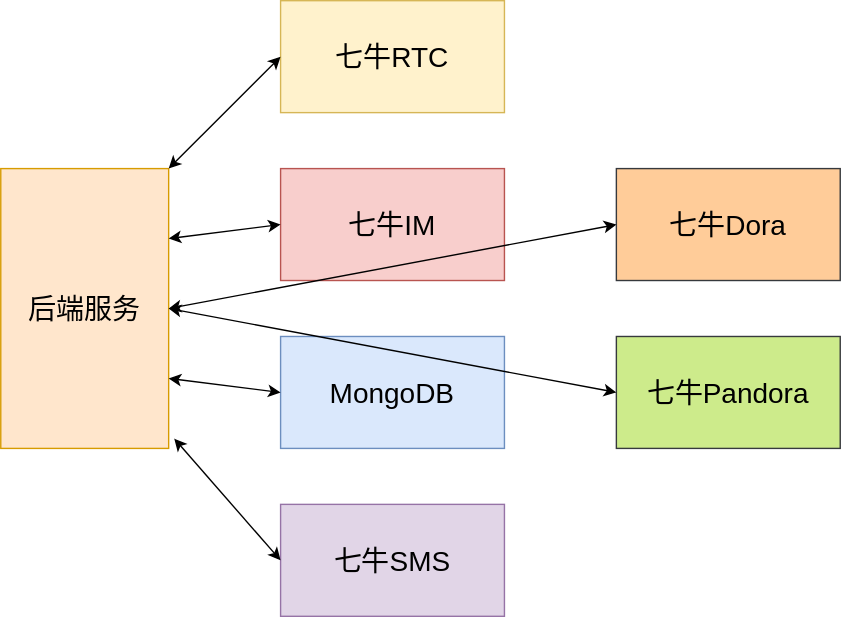
Before: project_struct.svg, a diagram exported from draw.io (pili-engineering/QNCube_Server). Source tidied: cells renumbered, new cells last; positions are measured from the earlier drawing's top-left corner, leaving out a move shared by most shapes.
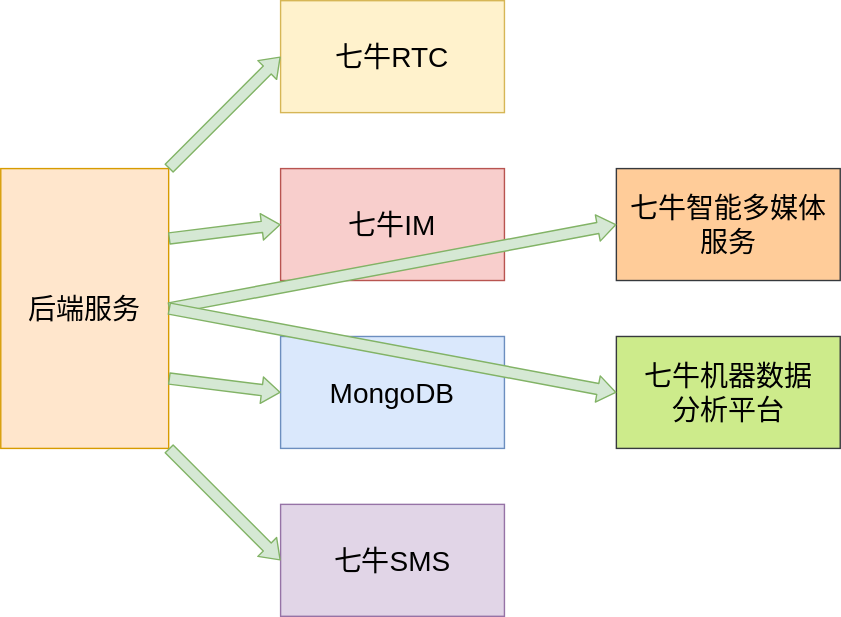
The same diagram one commit later.

The edit, as a diff of the source:
```diff
@@ -17,31 +17,29 @@
     <mxCell id="6" value="&lt;span style=&quot;font-size: 20px&quot;&gt;七牛SMS&lt;/span&gt;" style="rounded=0;whiteSpace=wrap;html=1;fillColor=#e1d5e7;strokeColor=#9673a6;" parent="1" vertex="1">
       <mxGeometry x="200" y="360" width="160" height="80" as="geometry" />
     </mxCell>
-    <mxCell id="7" value="&lt;span style=&quot;font-size: 20px&quot;&gt;七牛Pandora&lt;/span&gt;" style="rounded=0;whiteSpace=wrap;html=1;fillColor=#cdeb8b;strokeColor=#36393d;" parent="1" vertex="1">
+    <mxCell id="7" value="&lt;span style=&quot;font-size: 20px&quot;&gt;七牛机器数据&lt;br&gt;分析平台&lt;/span&gt;" style="rounded=0;whiteSpace=wrap;html=1;fillColor=#cdeb8b;strokeColor=#36393d;" parent="1" vertex="1">
       <mxGeometry x="440" y="240" width="160" height="80" as="geometry" />
     </mxCell>
-    <mxCell id="8" value="&lt;span style=&quot;font-size: 20px&quot;&gt;七牛Dora&lt;/span&gt;" style="rounded=0;whiteSpace=wrap;html=1;fillColor=#ffcc99;strokeColor=#36393d;" parent="1" vertex="1">
+    <mxCell id="8" value="&lt;span style=&quot;font-size: 20px&quot;&gt;七牛智能多媒体服务&lt;/span&gt;" style="rounded=0;whiteSpace=wrap;html=1;fillColor=#ffcc99;strokeColor=#36393d;" parent="1" vertex="1">
       <mxGeometry x="440" y="120" width="160" height="80" as="geometry" />
     </mxCell>
-    <mxCell id="9" style="endArrow=classic;startArrow=classic;html=1;exitX=1;exitY=0;exitDx=0;exitDy=0;entryX=0;entryY=0.5;entryDx=0;entryDy=0;" parent="1" edge="1" source="2" target="3">
-      <mxGeometry relative="1" as="geometry" />
-    </mxCell>
-    <mxCell id="10" style="endArrow=classic;startArrow=classic;html=1;entryX=0;entryY=0.5;entryDx=0;entryDy=0;exitX=1;exitY=0.25;exitDx=0;exitDy=0;" parent="1" edge="1" source="2" target="4">
-      <mxGeometry relative="1" as="geometry" />
-    </mxCell>
-    <mxCell id="11" style="endArrow=classic;startArrow=classic;html=1;entryX=0;entryY=0.5;entryDx=0;entryDy=0;exitX=1;exitY=0.5;exitDx=0;exitDy=0;" parent="1" edge="1" source="2" target="8">
+    <mxCell id="11" style="shape=flexArrow;endArrow=classic;startArrow=none;html=1;exitX=1;exitY=0.5;exitDx=0;exitDy=0;entryX=0;entryY=0.5;entryDx=0;entryDy=0;sketch=0;strokeColor=#82b366;endSize=4;startSize=4;fillColor=#d5e8d4;startFill=0;arcSize=10;width=8;startWidth=10;endWidth=10;" parent="1" edge="1" source="2" target="8">
       <mxGeometry relative="1" as="geometry" />
     </mxCell>
-    <mxCell id="12" style="endArrow=classic;startArrow=classic;html=1;exitX=1;exitY=0.5;exitDx=0;exitDy=0;entryX=0;entryY=0.5;entryDx=0;entryDy=0;" parent="1" edge="1" source="2" target="7">
+    <mxCell id="12" style="shape=flexArrow;endArrow=classic;startArrow=none;html=1;exitX=1;exitY=0.5;exitDx=0;exitDy=0;entryX=0;entryY=0.5;entryDx=0;entryDy=0;sketch=0;strokeColor=#82b366;endSize=4;startSize=4;fillColor=#d5e8d4;startFill=0;arcSize=10;width=8;startWidth=10;endWidth=10;" parent="1" edge="1" source="2" target="7">
       <mxGeometry relative="1" as="geometry" />
     </mxCell>
-    <mxCell id="13" style="endArrow=classic;startArrow=classic;html=1;entryX=0;entryY=0.5;entryDx=0;entryDy=0;exitX=1;exitY=0.75;exitDx=0;exitDy=0;" parent="1" edge="1" source="2" target="5">
+    <mxCell id="13" style="shape=flexArrow;endArrow=classic;startArrow=none;html=1;exitX=1;exitY=0.75;exitDx=0;exitDy=0;entryX=0;entryY=0.5;entryDx=0;entryDy=0;sketch=0;strokeColor=#82b366;endSize=4;startSize=4;fillColor=#d5e8d4;startFill=0;arcSize=10;width=8;startWidth=10;endWidth=10;" parent="1" edge="1" source="2" target="5">
       <mxGeometry relative="1" as="geometry" />
     </mxCell>
-    <mxCell id="14" style="endArrow=classic;startArrow=classic;html=1;exitX=1.033;exitY=0.965;exitDx=0;exitDy=0;exitPerimeter=0;" parent="1" edge="1" source="2">
-      <mxGeometry relative="1" as="geometry">
-        <mxPoint x="200" y="400" as="targetPoint" />
-      </mxGeometry>
-    </mxCell>
+    <mxCell id="15" style="shape=flexArrow;endArrow=classic;startArrow=none;html=1;exitX=1;exitY=1;exitDx=0;exitDy=0;entryX=0;entryY=0.5;entryDx=0;entryDy=0;sketch=0;strokeColor=#82b366;endSize=4;startSize=4;fillColor=#d5e8d4;startFill=0;arcSize=10;width=8;startWidth=10;endWidth=10;" parent="1" edge="1" source="2" target="6">
+      <mxGeometry relative="1" as="geometry" />
+    </mxCell>
+    <mxCell id="10" style="shape=flexArrow;endArrow=classic;startArrow=none;html=1;exitX=1;exitY=0.25;exitDx=0;exitDy=0;entryX=0;entryY=0.5;entryDx=0;entryDy=0;sketch=0;strokeColor=#82b366;endSize=4;startSize=4;fillColor=#d5e8d4;startFill=0;arcSize=10;width=8;startWidth=10;endWidth=10;" parent="1" edge="1" source="2" target="4">
+      <mxGeometry relative="1" as="geometry" />
+    </mxCell>
+    <mxCell id="9" style="shape=flexArrow;endArrow=classic;startArrow=none;html=1;exitX=1;exitY=0;exitDx=0;exitDy=0;entryX=0;entryY=0.5;entryDx=0;entryDy=0;sketch=0;strokeColor=#82b366;endSize=4;startSize=4;fillColor=#d5e8d4;startFill=0;arcSize=10;width=8;startWidth=10;endWidth=10;" parent="1" edge="1" source="2" target="3">
+      <mxGeometry relative="1" as="geometry" />
+    </mxCell>
   </root>
 </mxGraphModel>
```
